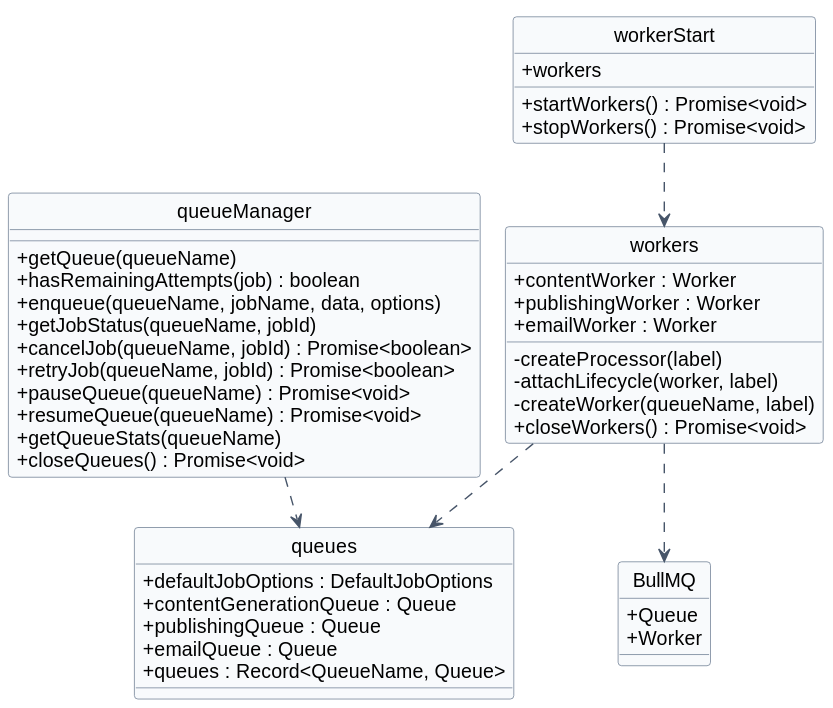
The PlantUML diagram docs/diagrams/06-system.svg in Pham-Hong-Ky/marka-capstone, before a commit.
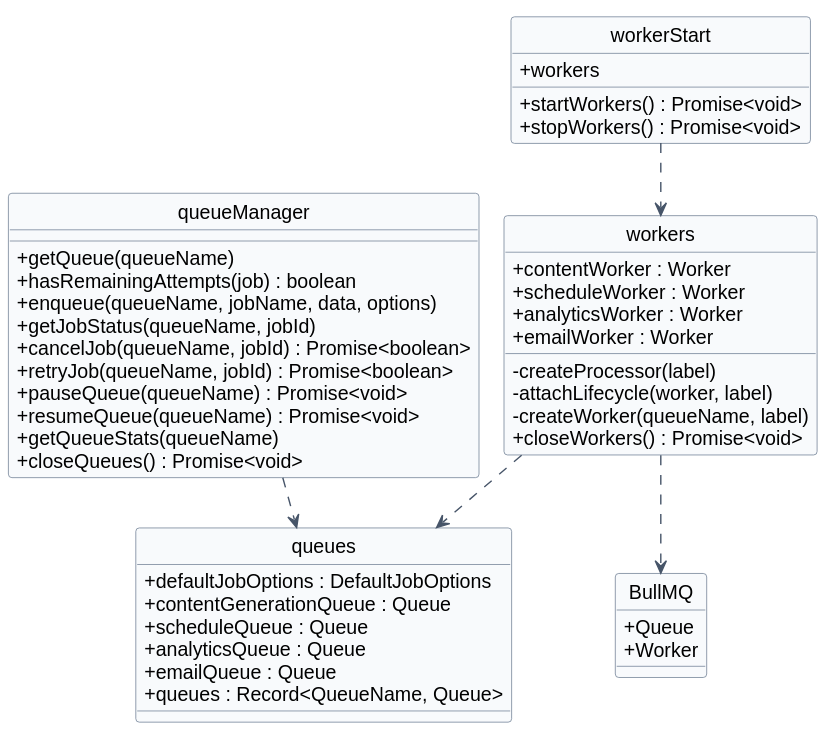
Later version of the same file.

What changed in the source:
```diff
@@ -26,7 +26,8 @@
   - attachLifecycle(worker, label)
   - createWorker(queueName, label)
   + contentWorker : Worker
-  + publishingWorker : Worker
+  + scheduleWorker : Worker
+  + analyticsWorker : Worker
   + emailWorker : Worker
   + closeWorkers() : Promise<void>
 }
@@ -34,7 +35,8 @@
 class "queues" as queues {
   + defaultJobOptions : DefaultJobOptions
   + contentGenerationQueue : Queue
-  + publishingQueue : Queue
+  + scheduleQueue : Queue
+  + analyticsQueue : Queue
   + emailQueue : Queue
   + queues : Record<QueueName, Queue>
 }
```
